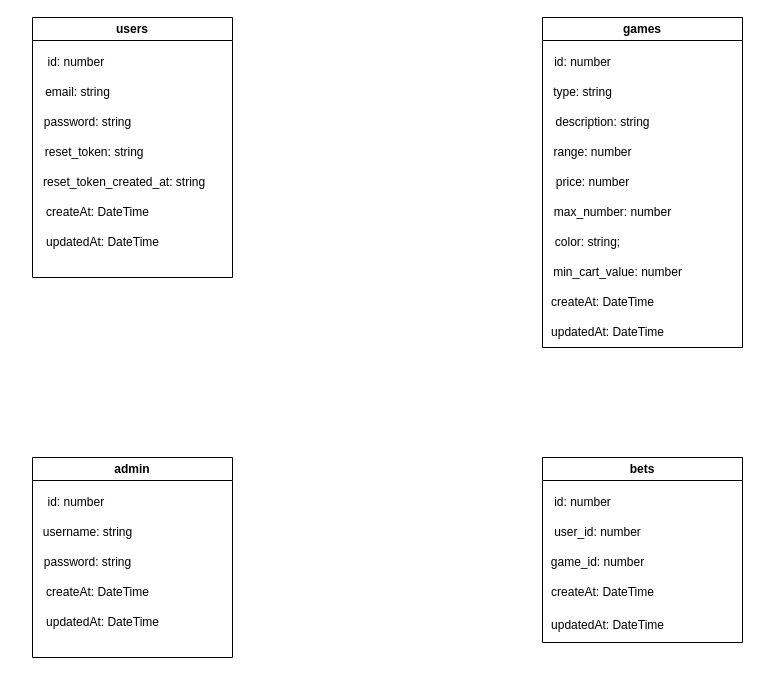
sirguilhermeoliveira/tgl-nest keeps this draw.io diagram as tgl_nest.drawio. Above is the earlier version. Source tidied: cells renumbered, new cells numbered last; positions are measured from the earlier drawing's top-left corner, leaving out a move shared by most shapes. Both pictures are drawn from the tidied source at 100%, with x=0, y=0 at pixel (17, 17).
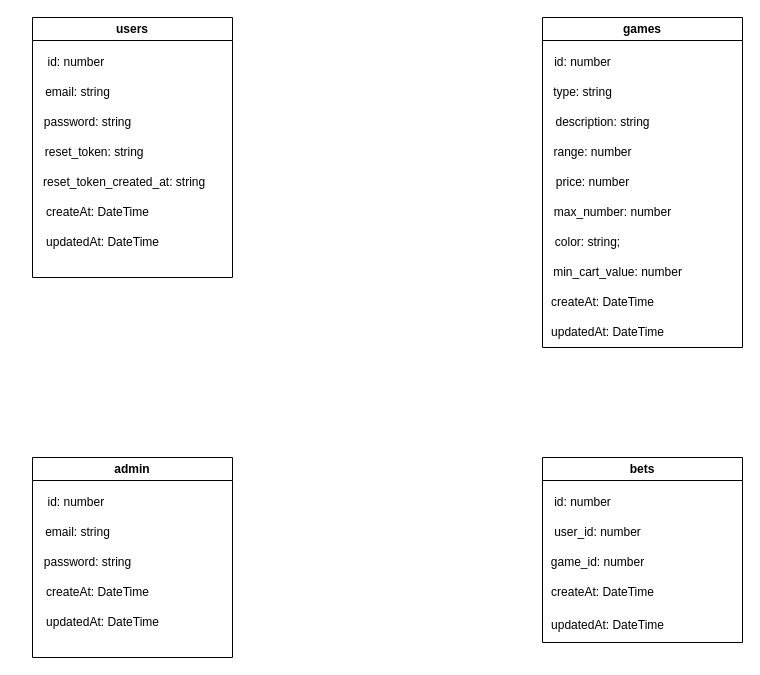
After the change.

The change refers to these unchanged cells:
```xml
<mxCell id="10" value="admin" style="swimlane;whiteSpace=wrap;html=1;startSize=23;" parent="1" vertex="1">
  <mxGeometry x="15" y="440" width="200" height="200" as="geometry" />
</mxCell>
```

Diff of the diagram source:
```diff
@@
-    <mxCell id="13" value="username: string" style="text;html=1;align=center;verticalAlign=middle;strokeColor=none;fillColor=none;" parent="10" vertex="1">
-      <mxGeometry y="60" width="110" height="30" as="geometry" />
+    <mxCell id="13" value="email: string" style="text;html=1;align=center;verticalAlign=middle;strokeColor=none;fillColor=none;" parent="10" vertex="1">
+      <mxGeometry y="60" width="90" height="30" as="geometry" />
     </mxCell>
```
